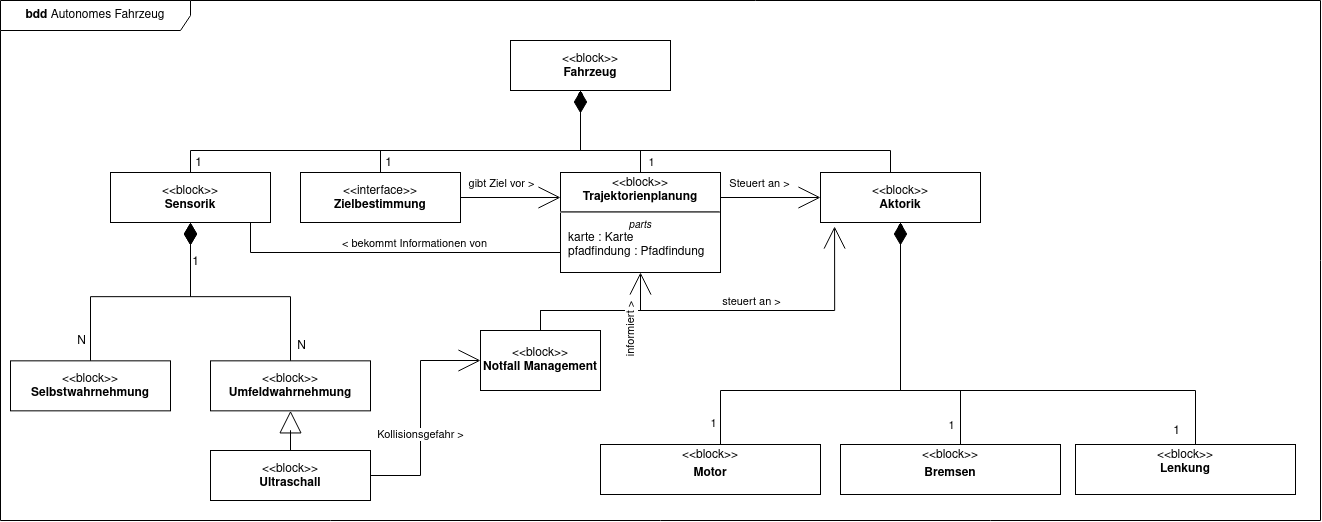
Before: bdd.png, a diagram exported from draw.io (agrueneberg/sews2324). Source tidied: cells renumbered, new cells last; positions are measured from the earlier drawing's top-left corner, leaving out a move shared by most shapes.
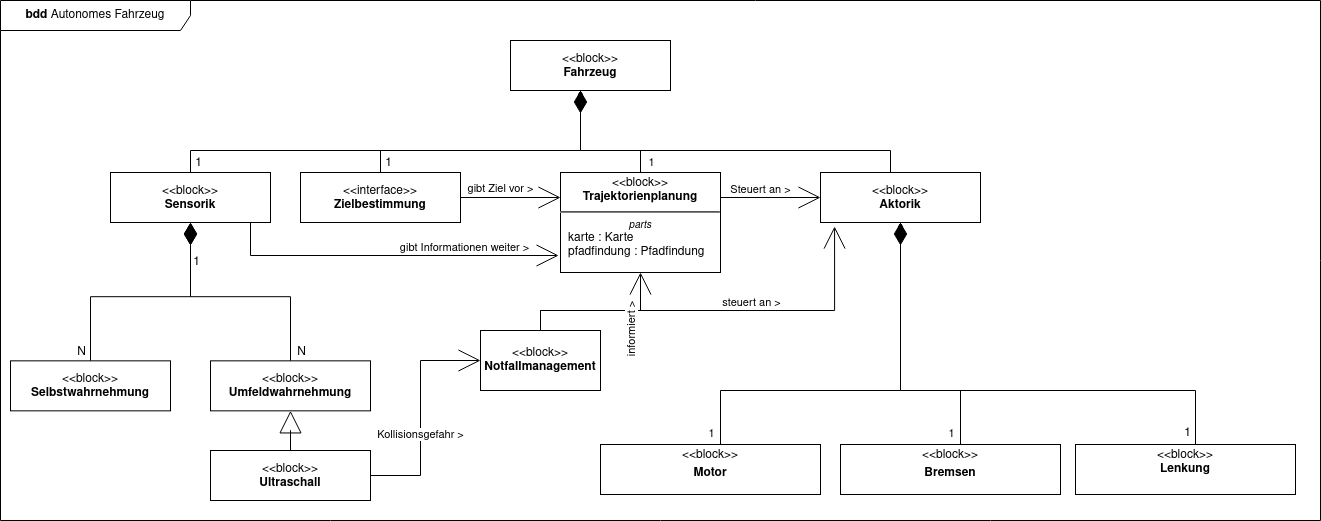
Later version of the same file.

Commit message:
bdd: Flussrichtung der Sensordaten verbessert

Change to the diagram source:
```diff
@@ -26,7 +26,7 @@
     </mxCell>
     <mxCell id="7" value="gibt Ziel vor &amp;gt;" style="edgeLabel;html=1;align=center;verticalAlign=middle;" parent="6" vertex="1">
       <mxGeometry x="-0.37" y="1" relative="1" as="geometry">
-        <mxPoint x="8" y="-14" as="offset" />
+        <mxPoint x="8" y="-9" as="offset" />
       </mxGeometry>
     </mxCell>
     <mxCell id="8" value="&lt;p&gt;&amp;lt;&amp;lt;interface&amp;gt;&amp;gt;&lt;br&gt;&lt;b&gt;Zielbestimmung&lt;/b&gt;&lt;/p&gt;" style="shape=rect;html=1;overflow=fill;whiteSpace=wrap;align=center;" parent="1" vertex="1">
@@ -65,7 +65,7 @@
     </mxCell>
     <mxCell id="14" value="1" style="edgeLabel;html=1;align=center;verticalAlign=middle;" parent="12" vertex="1">
       <mxGeometry x="-0.74" y="3" relative="1" as="geometry">
-        <mxPoint x="-7" y="35" as="offset" />
+        <mxPoint x="-7" y="41" as="offset" />
       </mxGeometry>
     </mxCell>
     <mxCell id="15" value="&lt;p style=&quot;margin:0px;margin-top:4px;text-align:center;&quot;&gt;&amp;lt;&amp;lt;block&amp;gt;&amp;gt;&lt;/p&gt;&lt;p style=&quot;margin:0px;margin-top:4px;text-align:center;&quot;&gt;&lt;b&gt;Motor&lt;/b&gt;&lt;/p&gt;" style="shape=rect;html=1;overflow=fill;verticalAlign=top;align=left;whiteSpace=wrap;fontSize=12;" parent="1" vertex="1">
@@ -81,7 +81,7 @@
     </mxCell>
     <mxCell id="17" value="1" style="edgeLabel;html=1;align=center;verticalAlign=middle;" parent="16" vertex="1">
       <mxGeometry x="-0.63" y="-1" relative="1" as="geometry">
-        <mxPoint x="-11" y="32" as="offset" />
+        <mxPoint x="-11" y="40" as="offset" />
       </mxGeometry>
     </mxCell>
     <mxCell id="18" value="&lt;p style=&quot;margin:0px;margin-top:4px;text-align:center;&quot;&gt;&amp;lt;&amp;lt;block&amp;gt;&amp;gt;&lt;/p&gt;&lt;p style=&quot;margin:0px;margin-top:4px;text-align:center;&quot;&gt;&lt;b&gt;Bremsen&lt;/b&gt;&lt;/p&gt;" style="shape=rect;html=1;overflow=fill;verticalAlign=top;align=left;whiteSpace=wrap;fontSize=12;" parent="1" vertex="1">
@@ -97,7 +97,7 @@
     </mxCell>
     <mxCell id="20" value="1" style="edgeLabel;html=1;align=center;verticalAlign=middle;fontSize=12;" parent="19" vertex="1">
       <mxGeometry x="-0.69" y="-2" relative="1" as="geometry">
-        <mxPoint x="8" y="42" as="offset" />
+        <mxPoint x="18" y="44" as="offset" />
       </mxGeometry>
     </mxCell>
     <mxCell id="21" value="&lt;p style=&quot;margin:0px;margin-top:4px;text-align:center;&quot;&gt;&amp;lt;&amp;lt;block&amp;gt;&amp;gt;&lt;br&gt;&lt;b&gt;Lenkung&lt;/b&gt;&lt;/p&gt;" style="shape=rect;html=1;overflow=fill;verticalAlign=top;align=left;whiteSpace=wrap;fontSize=12;" parent="1" vertex="1">
@@ -116,18 +116,16 @@
         <mxPoint x="-6" y="14" as="offset" />
       </mxGeometry>
     </mxCell>
-    <mxCell id="24" style="edgeStyle=orthogonalEdgeStyle;rounded=0;jettySize=auto;html=1;fontSize=12;endArrow=none;endFill=0;entryX=0.5;entryY=1;entryDx=0;entryDy=0;" parent="1" edge="1" source="26">
+    <mxCell id="24" style="edgeStyle=orthogonalEdgeStyle;rounded=0;jettySize=auto;html=1;fontSize=12;endArrow=open;endFill=0;entryX=-0.012;entryY=0.83;entryDx=0;entryDy=0;entryPerimeter=0;endSize=20;" parent="1" edge="1" source="26" target="47">
       <mxGeometry relative="1" as="geometry">
-        <mxPoint x="640" y="252" as="targetPoint" />
         <Array as="points">
-          <mxPoint x="250" y="252" />
-          <mxPoint x="580" y="252" />
+          <mxPoint x="250" y="255" />
         </Array>
       </mxGeometry>
     </mxCell>
-    <mxCell id="25" value="&amp;lt; bekommt Informationen von" style="edgeLabel;html=1;align=center;verticalAlign=middle;" parent="24" vertex="1">
+    <mxCell id="25" value="gibt Informationen weiter &amp;gt;" style="edgeLabel;html=1;align=center;verticalAlign=middle;" parent="24" vertex="1">
       <mxGeometry x="-0.1" y="1" relative="1" as="geometry">
-        <mxPoint x="5" y="-9" as="offset" />
+        <mxPoint x="93" y="-8" as="offset" />
       </mxGeometry>
     </mxCell>
     <mxCell id="26" value="&lt;p&gt;&amp;lt;&amp;lt;block&amp;gt;&amp;gt;&lt;br&gt;&lt;b&gt;Sensorik&lt;/b&gt;&lt;/p&gt;" style="shape=rect;html=1;overflow=fill;whiteSpace=wrap;align=center;" parent="1" vertex="1">
@@ -138,7 +136,7 @@
     </mxCell>
     <mxCell id="28" value="N" style="edgeLabel;html=1;align=center;verticalAlign=middle;fontSize=12;" parent="27" vertex="1">
       <mxGeometry x="-0.5" relative="1" as="geometry">
-        <mxPoint x="-10" y="40" as="offset" />
+        <mxPoint x="-10" y="51" as="offset" />
       </mxGeometry>
     </mxCell>
     <mxCell id="29" value="&lt;p&gt;&amp;lt;&amp;lt;block&amp;gt;&amp;gt;&lt;br&gt;&lt;b&gt;Selbstwahrnehmung&lt;/b&gt;&lt;/p&gt;&lt;p&gt;&lt;b&gt;{abstract}&lt;/b&gt;&lt;/p&gt;" style="shape=rect;html=1;overflow=fill;whiteSpace=wrap;align=center;" parent="1" vertex="1">
@@ -149,7 +147,7 @@
     </mxCell>
     <mxCell id="31" value="N" style="edgeLabel;html=1;align=center;verticalAlign=middle;fontSize=12;" parent="30" vertex="1">
       <mxGeometry x="-0.54" y="3" relative="1" as="geometry">
-        <mxPoint x="13" y="40" as="offset" />
+        <mxPoint x="13" y="46" as="offset" />
       </mxGeometry>
     </mxCell>
     <mxCell id="32" value="1" style="edgeLabel;html=1;align=center;verticalAlign=middle;fontSize=12;" parent="30" vertex="1">
@@ -179,7 +177,7 @@
     </mxCell>
     <mxCell id="37" value="Steuert an &amp;gt;" style="edgeLabel;html=1;align=center;verticalAlign=middle;" parent="36" vertex="1">
       <mxGeometry x="-0.22" y="3" relative="1" as="geometry">
-        <mxPoint y="-12" as="offset" />
+        <mxPoint y="-6" as="offset" />
       </mxGeometry>
     </mxCell>
     <mxCell id="38" style="edgeStyle=orthogonalEdgeStyle;rounded=0;jettySize=auto;html=1;endArrow=block;endFill=0;endSize=20;" parent="1" edge="1" source="41" target="33">
@@ -204,7 +202,7 @@
     </mxCell>
     <mxCell id="43" value="steuert an &amp;gt;" style="edgeLabel;html=1;align=center;verticalAlign=middle;" parent="42" vertex="1">
       <mxGeometry x="0.16" y="4" relative="1" as="geometry">
-        <mxPoint y="-6" as="offset" />
+        <mxPoint y="-5" as="offset" />
       </mxGeometry>
     </mxCell>
     <mxCell id="44" style="edgeStyle=orthogonalEdgeStyle;rounded=0;jettySize=auto;html=1;endArrow=open;endFill=0;endSize=20;strokeWidth=1;entryX=0.5;entryY=1;entryDx=0;entryDy=0;" parent="1" edge="1" source="46" target="47">
@@ -220,7 +218,7 @@
         <mxPoint x="-12" y="20" as="offset" />
       </mxGeometry>
     </mxCell>
-    <mxCell id="46" value="&amp;lt;&amp;lt;block&amp;gt;&amp;gt;&lt;br&gt;&lt;b&gt;Notfall Management&lt;/b&gt;" style="rounded=0;whiteSpace=wrap;html=1;" parent="1" vertex="1">
+    <mxCell id="46" value="&amp;lt;&amp;lt;block&amp;gt;&amp;gt;&lt;br&gt;&lt;b&gt;Notfallmanagement&lt;/b&gt;" style="rounded=0;whiteSpace=wrap;html=1;" parent="1" vertex="1">
       <mxGeometry x="480" y="330" width="120" height="60" as="geometry" />
     </mxCell>
     <mxCell id="47" value="&lt;p style=&quot;margin:0px;margin-top:4px;text-align:center;&quot;&gt;&amp;lt;&amp;lt;block&amp;gt;&amp;gt;&lt;br&gt;&lt;b&gt;Trajektorienplanung&lt;/b&gt;&lt;br&gt;&lt;/p&gt;&lt;hr&gt;&lt;p style=&quot;font-size:10px;margin:0px;text-align:center;&quot;&gt;&lt;i&gt;parts&lt;/i&gt;&lt;/p&gt;&lt;p style=&quot;margin:0px;margin-left:8px;text-align:left;&quot;&gt;karte : Karte&lt;/p&gt;&lt;p style=&quot;margin:0px;margin-left:8px;text-align:left;&quot;&gt;pfadfindung : Pfadfindung&lt;/p&gt;" style="shape=rect;html=1;overflow=fill;verticalAlign=top;align=left;whiteSpace=wrap;" parent="1" vertex="1">
```
